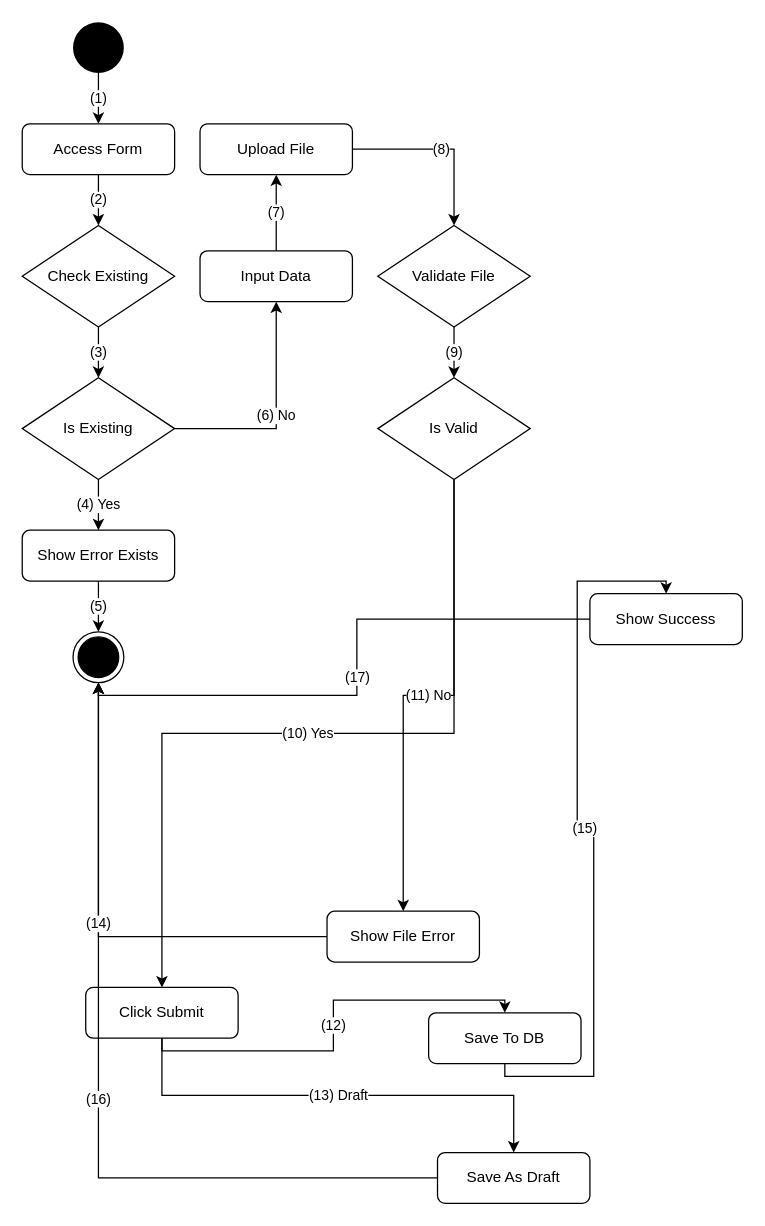
The draw.io diagram activity_flow/uc62_activity_flow.drawio in kingDlight/UEIMS_Project, before the edit. Source tidied: cells renumbered, new cells numbered last; positions are measured from the earlier drawing's top-left corner, leaving out a move shared by most shapes. Both pictures are drawn from the tidied source at 127%, with x=0, y=0 at pixel (22, 22).
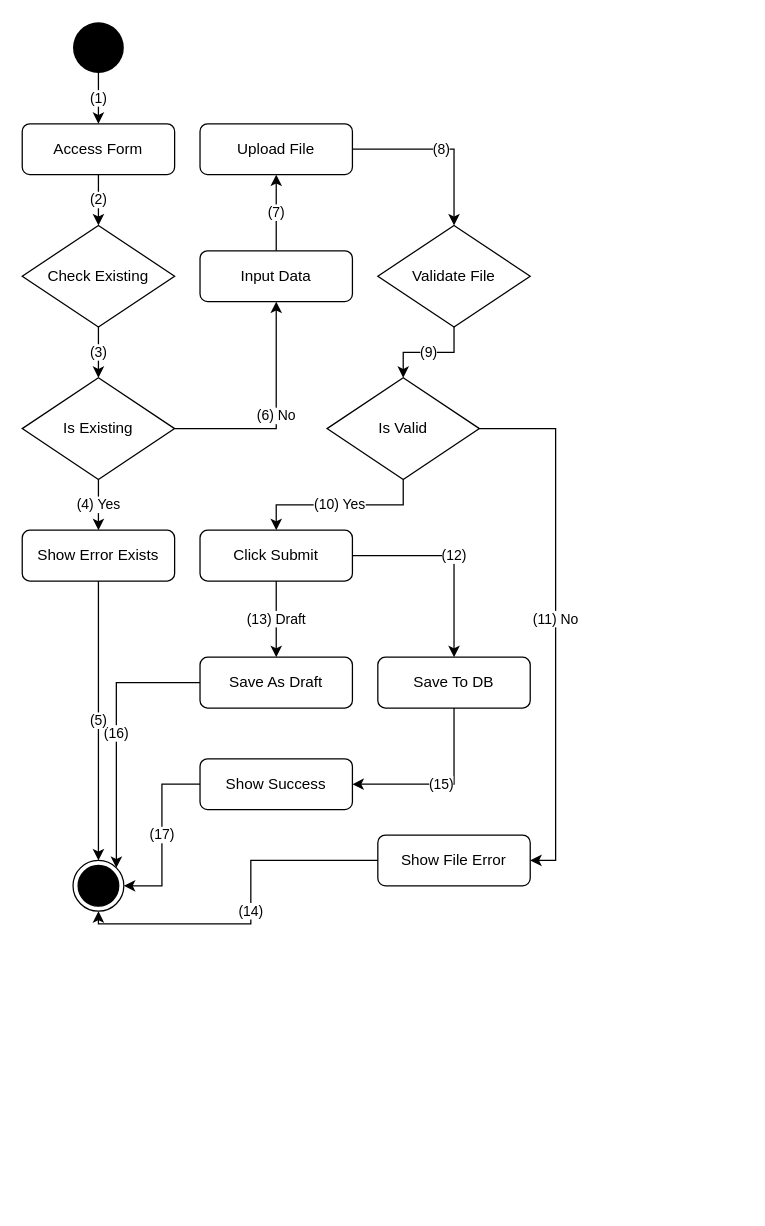
The same diagram, later.

Diff of the diagram source:
```diff
@@
     <mxCell id="7" style="ellipse;html=1;shape=endState;fillColor=#000000;strokeColor=#000000;" parent="1" vertex="1">
-      <mxGeometry x="40" y="480" width="40" height="40" as="geometry" />
+      <mxGeometry x="40" y="660" width="40" height="40" as="geometry" />
     </mxCell>
@@
     <mxCell id="11" value="Is Valid" style="rhombus;whiteSpace=wrap;html=1;" parent="1" vertex="1">
-      <mxGeometry x="280" y="280" width="120" height="80" as="geometry" />
+      <mxGeometry x="240" y="280" width="120" height="80" as="geometry" />
     </mxCell>
     <mxCell id="12" value="Click Submit" style="rounded=1;whiteSpace=wrap;html=1;" parent="1" vertex="1">
-      <mxGeometry x="50" y="760" width="120" height="40" as="geometry" />
+      <mxGeometry x="140" y="400" width="120" height="40" as="geometry" />
     </mxCell>
     <mxCell id="13" value="Save To DB" style="rounded=1;whiteSpace=wrap;html=1;" parent="1" vertex="1">
-      <mxGeometry x="320" y="780" width="120" height="40" as="geometry" />
+      <mxGeometry x="280" y="500" width="120" height="40" as="geometry" />
     </mxCell>
     <mxCell id="14" value="Show Success" style="rounded=1;whiteSpace=wrap;html=1;" parent="1" vertex="1">
-      <mxGeometry x="447" y="450" width="120" height="40" as="geometry" />
+      <mxGeometry x="140" y="580" width="120" height="40" as="geometry" />
     </mxCell>
     <mxCell id="15" value="Save As Draft" style="rounded=1;whiteSpace=wrap;html=1;" parent="1" vertex="1">
-      <mxGeometry x="327" y="890" width="120" height="40" as="geometry" />
+      <mxGeometry x="140" y="500" width="120" height="40" as="geometry" />
     </mxCell>
     <mxCell id="16" value="Show File Error" style="rounded=1;whiteSpace=wrap;html=1;" parent="1" vertex="1">
-      <mxGeometry x="240" y="700" width="120" height="40" as="geometry" />
+      <mxGeometry x="280" y="640" width="120" height="40" as="geometry" />
     </mxCell>
@@
-    <mxCell id="25" value="(12)" style="edgeStyle=orthogonalEdgeStyle;rounded=0;html=1;exitX=0.5;exitY=1;entryX=0.5;entryY=0;" parent="1" edge="1" source="12" target="13">
+    <mxCell id="25" value="(12)" style="edgeStyle=orthogonalEdgeStyle;rounded=0;html=1;exitX=1;exitY=0.5;entryX=0.5;entryY=0;exitDx=0;exitDy=0;" parent="1" edge="1" source="12" target="13">
       <mxGeometry relative="1" as="geometry" />
     </mxCell>
-    <mxCell id="26" value="(15)" style="edgeStyle=orthogonalEdgeStyle;rounded=0;html=1;exitX=0.5;exitY=1;entryX=0.5;entryY=0;" parent="1" edge="1" source="13" target="14">
+    <mxCell id="26" value="(15)" style="edgeStyle=orthogonalEdgeStyle;rounded=0;html=1;exitX=0.5;exitY=1;entryX=1;entryY=0.5;entryDx=0;entryDy=0;" parent="1" edge="1" source="13" target="14">
       <mxGeometry relative="1" as="geometry" />
     </mxCell>
-    <mxCell id="27" value="(17)" style="edgeStyle=orthogonalEdgeStyle;rounded=0;html=1;exitX=0;exitY=0.5;entryX=0.5;entryY=1;" parent="1" edge="1" source="14" target="7">
+    <mxCell id="27" value="(17)" style="edgeStyle=orthogonalEdgeStyle;rounded=0;html=1;exitX=0;exitY=0.5;entryX=1;entryY=0.5;entryDx=0;entryDy=0;" parent="1" edge="1" source="14" target="7">
       <mxGeometry relative="1" as="geometry" />
     </mxCell>
-    <mxCell id="28" value="(13) Draft" style="edgeStyle=orthogonalEdgeStyle;rounded=0;html=1;exitX=0.5;exitY=1;entryX=0.5;entryY=0;" parent="1" edge="1" source="12" target="15">
+    <mxCell id="28" value="(13) Draft" style="edgeStyle=orthogonalEdgeStyle;rounded=0;html=1;exitX=0.5;exitY=1;entryX=0.5;entryY=0;exitDx=0;exitDy=0;" parent="1" edge="1" source="12" target="15">
       <mxGeometry relative="1" as="geometry" />
     </mxCell>
-    <mxCell id="29" value="(16)" style="edgeStyle=orthogonalEdgeStyle;rounded=0;html=1;exitX=0;exitY=0.5;entryX=0.5;entryY=1;" parent="1" edge="1" source="15" target="7">
+    <mxCell id="29" value="(16)" style="edgeStyle=orthogonalEdgeStyle;rounded=0;html=1;exitX=0;exitY=0.5;entryX=1;entryY=0;entryDx=0;entryDy=0;" parent="1" edge="1" source="15" target="7">
       <mxGeometry relative="1" as="geometry" />
     </mxCell>
@@
-    <mxCell id="32" value="(11) No" style="edgeStyle=orthogonalEdgeStyle;rounded=0;html=1;exitX=0.5;exitY=1;entryX=0.5;entryY=0;" parent="1" edge="1" source="11" target="16">
-      <mxGeometry relative="1" as="geometry" />
+    <mxCell id="32" value="(11) No" style="edgeStyle=orthogonalEdgeStyle;rounded=0;html=1;exitX=1;exitY=0.5;entryX=1;entryY=0.5;exitDx=0;exitDy=0;entryDx=0;entryDy=0;" parent="1" edge="1" source="11" target="16">
+      <mxGeometry relative="1" as="geometry">
+        <Array as="points">
+          <mxPoint x="420" y="320" />
+          <mxPoint x="420" y="660" />
+        </Array>
+      </mxGeometry>
     </mxCell>
```
